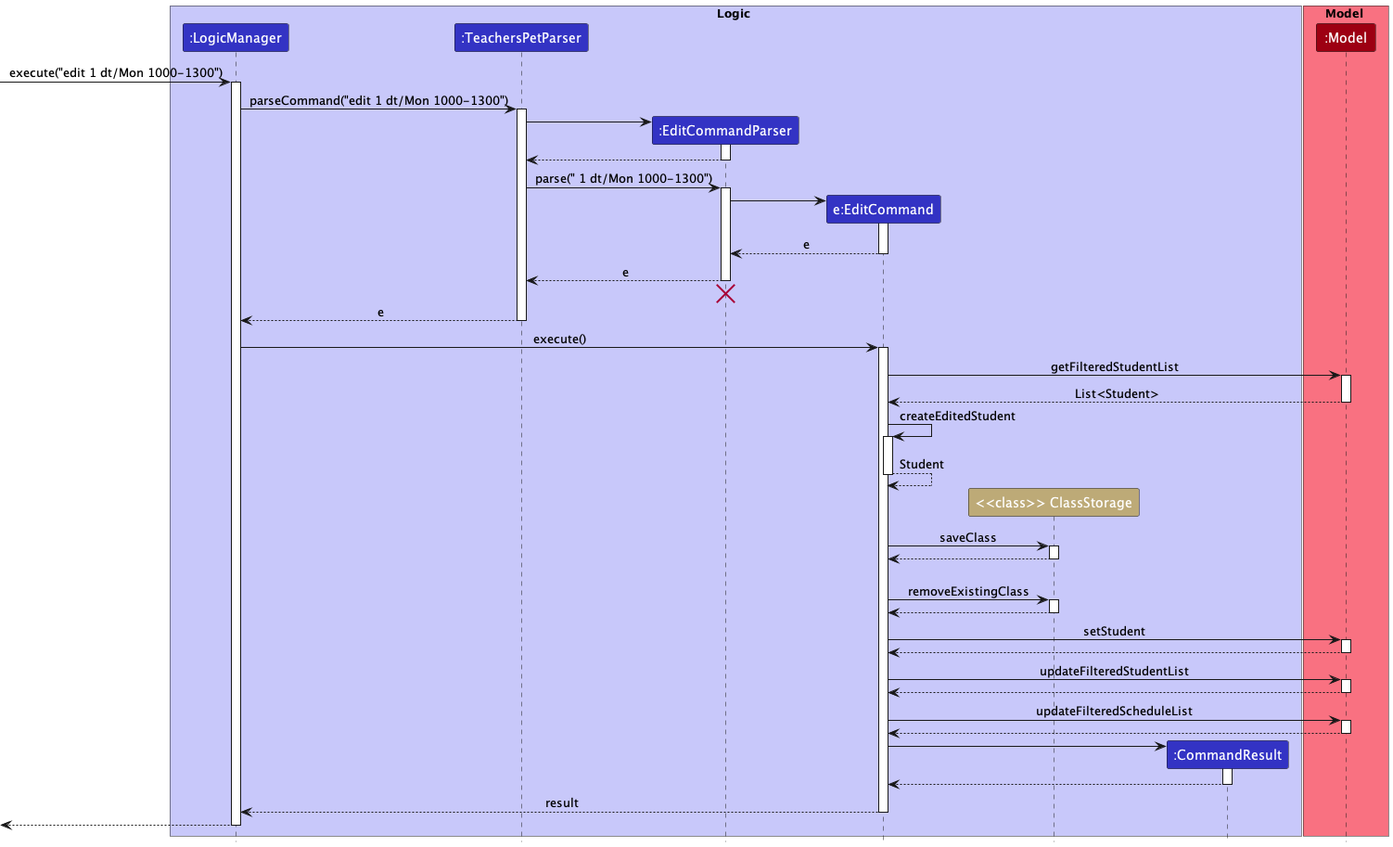
This is docs/images/DG-images/EditClassSequenceDiagram.png from nus-cs2103-AY2223S1/tp, a PlantUML export, as it was before one commit.
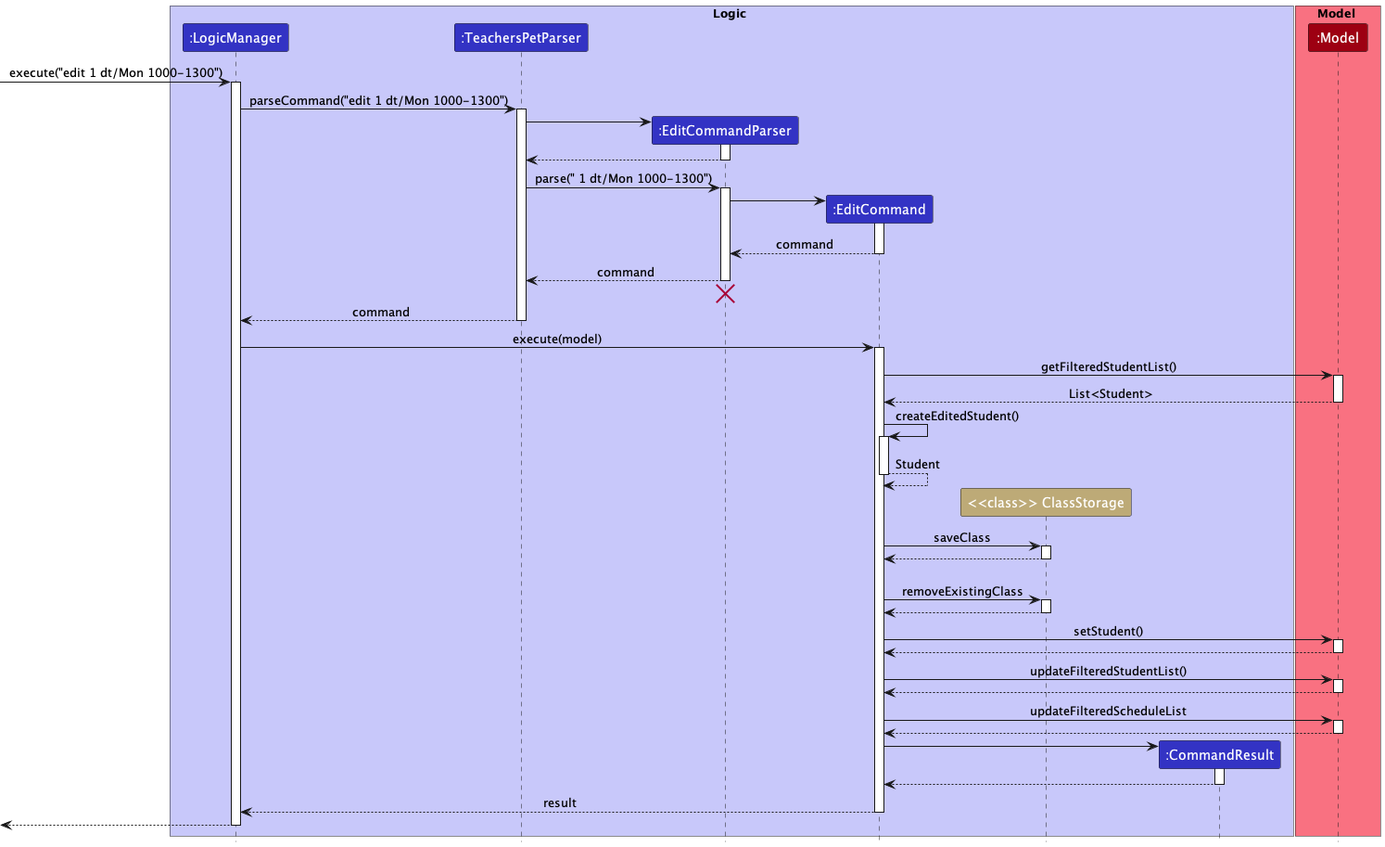
After the change.

The edit, as a diff of the source:
```diff
@@ -5,7 +5,7 @@
 participant ":LogicManager" as LogicManager LOGIC_COLOR
 participant ":TeachersPetParser" as TeachersPetParser LOGIC_COLOR
 participant ":EditCommandParser" as EditCommandParser LOGIC_COLOR
-participant "e:EditCommand" as EditCommand LOGIC_COLOR
+participant ":EditCommand" as EditCommand LOGIC_COLOR
 participant "<<class>> ClassStorage" as ClassStorage CLASS_STORAGE_COLOR
 participant ":CommandResult" as CommandResult LOGIC_COLOR
 end box
@@ -34,27 +34,27 @@
 EditCommandParser -> EditCommand
 activate EditCommand
 
-EditCommand --> EditCommandParser : e
+EditCommand --> EditCommandParser : command
 deactivate EditCommand
 
-EditCommandParser --> TeachersPetParser : e
+EditCommandParser --> TeachersPetParser : command
 deactivate EditCommandParser
 EditCommandParser -[hidden]-> TeachersPetParser
 destroy EditCommandParser
 
-TeachersPetParser --> LogicManager : e
+TeachersPetParser --> LogicManager : command
 deactivate TeachersPetParser
 
-LogicManager -> EditCommand : execute()
+LogicManager -> EditCommand : execute(model)
 activate EditCommand
 
-EditCommand -> Model : getFilteredStudentList
+EditCommand -> Model : getFilteredStudentList()
 activate Model
 
 Model --> EditCommand : List<Student>
 deactivate Model
 
-EditCommand -> EditCommand : createEditedStudent
+EditCommand -> EditCommand : createEditedStudent()
 activate EditCommand
 
 EditCommand --> EditCommand : Student
@@ -76,13 +76,13 @@
 deactivate ClassStorage
 
 
-EditCommand -> Model : setStudent
+EditCommand -> Model : setStudent()
 activate Model
 
 Model --> EditCommand
 deactivate Model
 
-EditCommand -> Model : updateFilteredStudentList
+EditCommand -> Model : updateFilteredStudentList()
 activate Model
 
 Model --> EditCommand
```
